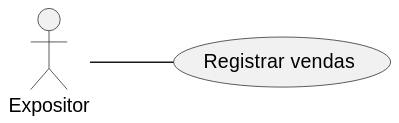
Earlier version of the PlantUML export specs/casos_de_uso/svg/uml_uc8.svg (Phenrique-sousa/APS-documents).
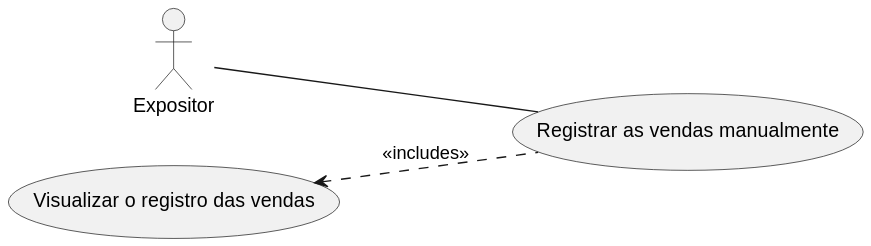
Later version of the same file.

Change to the diagram source:
```diff
@@ -3,8 +3,10 @@
 
 actor "Expositor" as Usuario
 
-usecase "Registrar vendas" as UC2
+usecase "Registrar as vendas manualmente" as UC1
+usecase "Visualizar o registro das vendas" as UC2
 
-Usuario -- UC2
+Usuario -- UC1
 
+UC2 <.. UC1 : <<includes>>
 @enduml
```
